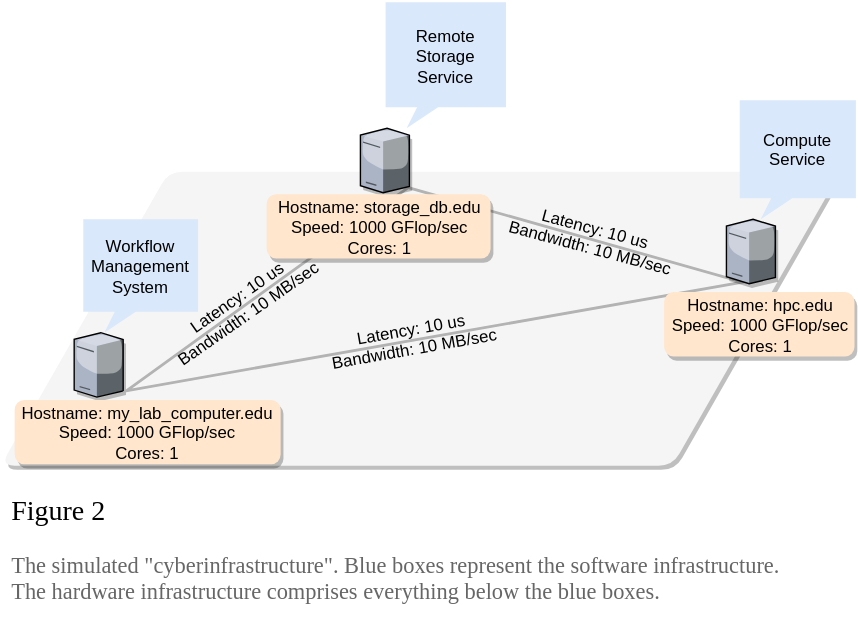
The draw.io diagram docs/public/img/workflow_execution_data_locality/cyber_infrastructure.svg in wrench-project/wrench-pedagogic-modules, before a commit. Source tidied: cells renumbered, new cells last; positions are measured from the earlier drawing's top-left corner, leaving out a move shared by most shapes.
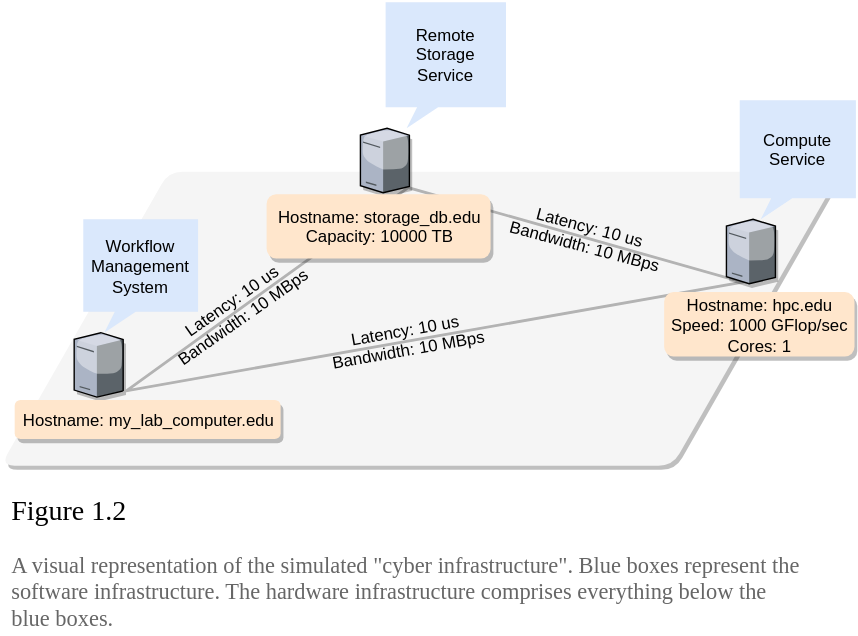
The same diagram one commit later.

Change to the diagram source:
```diff
@@ -17,10 +17,10 @@
     <mxCell id="6" value="&lt;div style=&quot;text-align: left&quot;&gt;&lt;br&gt;&lt;/div&gt;" style="verticalLabelPosition=bottom;html=1;verticalAlign=top;strokeColor=none;align=center;shape=mxgraph.citrix.tower_server;shadow=1;" parent="1" vertex="1">
       <mxGeometry x="257" y="128" width="35" height="46" as="geometry" />
     </mxCell>
-    <mxCell id="7" value="&lt;div&gt;&lt;span&gt;Hostname: my_lab_computer.edu&lt;/span&gt;&lt;/div&gt;&lt;div&gt;&lt;span&gt;Speed: 1000 GFlop/sec&lt;/span&gt;&lt;/div&gt;&lt;div&gt;&lt;span&gt;Cores: 1&lt;/span&gt;&lt;/div&gt;" style="rounded=1;whiteSpace=wrap;html=1;fillColor=#ffe6cc;strokeColor=none;shadow=1;" parent="1" vertex="1">
-      <mxGeometry x="10" y="322" width="190" height="46" as="geometry" />
+    <mxCell id="7" value="&lt;div&gt;&lt;span&gt;Hostname: my_lab_computer.edu&lt;/span&gt;&lt;/div&gt;" style="rounded=1;whiteSpace=wrap;html=1;fillColor=#ffe6cc;strokeColor=none;shadow=1;" parent="1" vertex="1">
+      <mxGeometry x="10" y="322" width="190" height="28" as="geometry" />
     </mxCell>
-    <mxCell id="8" value="&lt;div&gt;&lt;span&gt;Hostname: storage_db.edu&lt;/span&gt;&lt;/div&gt;&lt;div&gt;&lt;span&gt;Speed: 1000 GFlop/sec&lt;/span&gt;&lt;/div&gt;&lt;div&gt;&lt;span&gt;Cores: 1&lt;/span&gt;&lt;/div&gt;" style="rounded=1;whiteSpace=wrap;html=1;fillColor=#ffe6cc;strokeColor=none;shadow=1;" parent="1" vertex="1">
+    <mxCell id="8" value="&lt;div&gt;&lt;span&gt;Hostname: storage_db.edu&lt;/span&gt;&lt;/div&gt;Capacity: 10000 TB" style="rounded=1;whiteSpace=wrap;html=1;fillColor=#ffe6cc;strokeColor=none;shadow=1;" parent="1" vertex="1">
       <mxGeometry x="190" y="175" width="160" height="46" as="geometry" />
     </mxCell>
     <mxCell id="9" value="&lt;div&gt;&lt;span&gt;Hostname: hpc.edu&lt;/span&gt;&lt;/div&gt;&lt;div&gt;&lt;span&gt;Speed: 1000 GFlop/sec&lt;/span&gt;&lt;/div&gt;&lt;div&gt;&lt;span&gt;Cores: 1&lt;/span&gt;&lt;/div&gt;" style="rounded=1;whiteSpace=wrap;html=1;fillColor=#ffe6cc;strokeColor=none;gradientColor=none;shadow=1;" parent="1" vertex="1">
```
